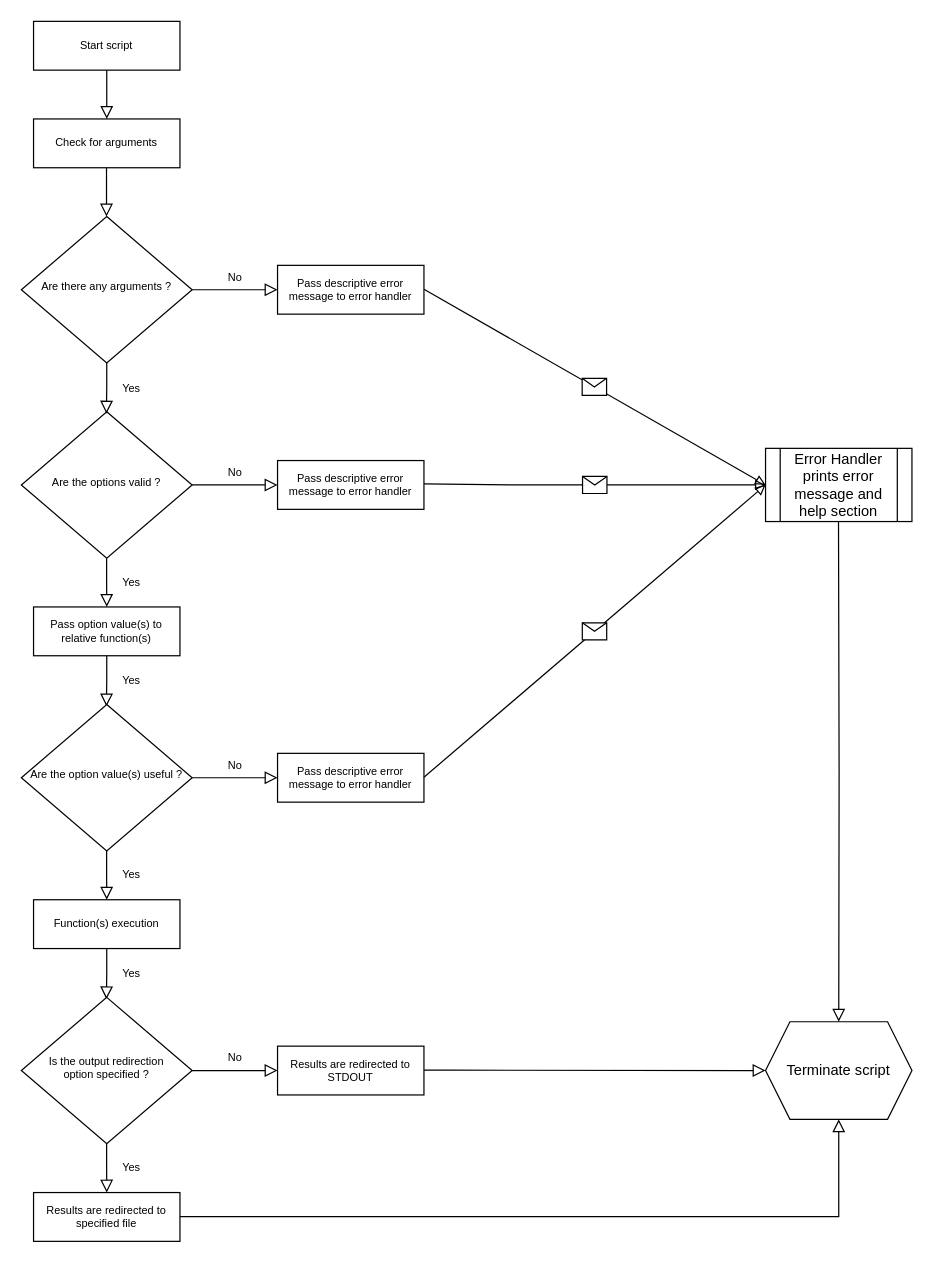
The draw.io diagram Untitled Diagram.drawio in christiangoeschel/getinfo, before the edit. Source tidied: cells renumbered, new cells numbered last; positions are measured from the earlier drawing's top-left corner, leaving out a move shared by most shapes. Both pictures are drawn from the tidied source at 122%, with x=0, y=0 at pixel (21, 21).
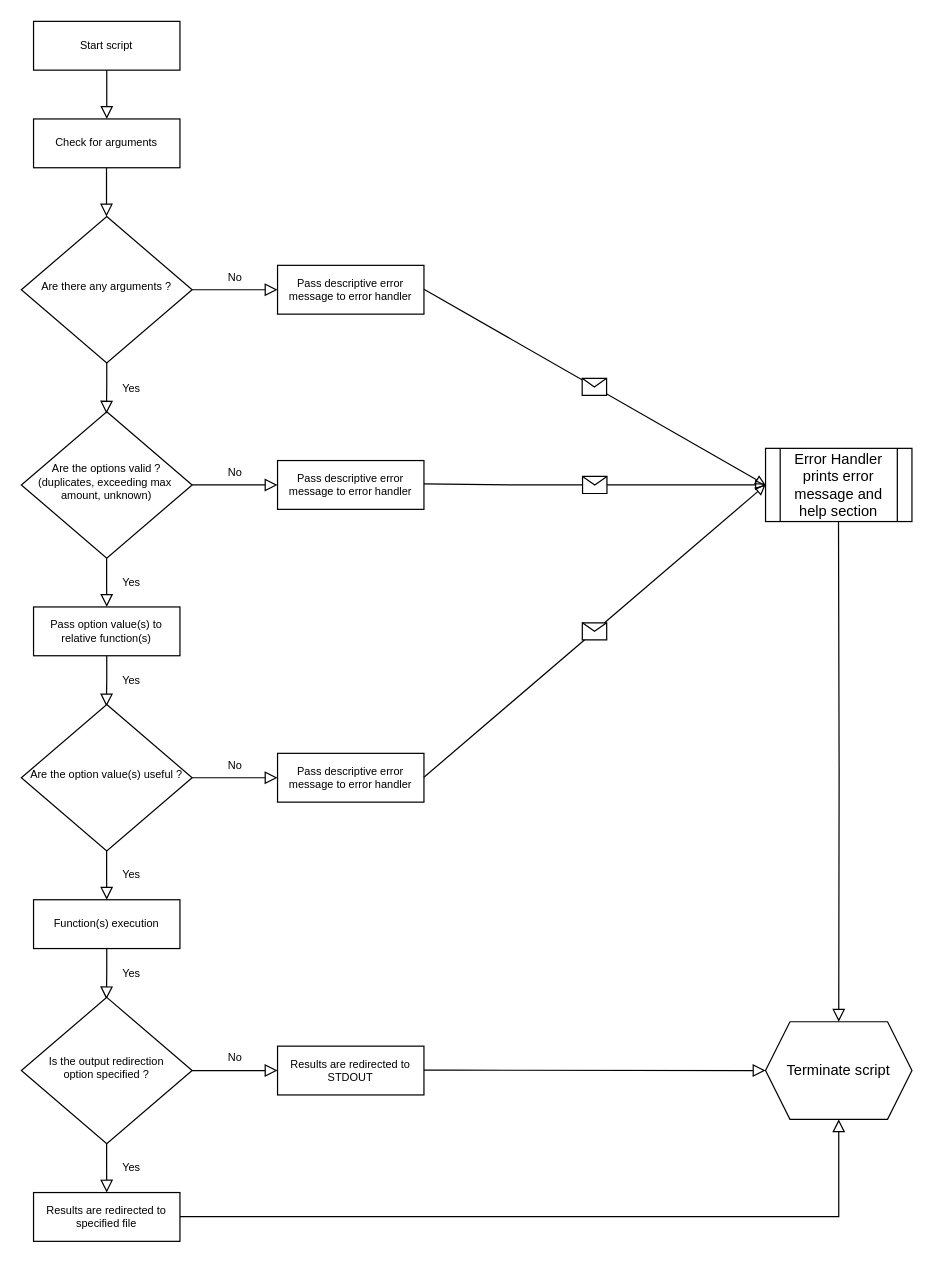
The same diagram, later.

The change refers to these unchanged cells:
```xml
<mxCell id="2" style="group;" parent="1" vertex="1">
  <mxGeometry width="730" height="1000" as="geometry" />
</mxCell>
```

What changed in the source:
```diff
@@
-    <mxCell id="11" value="Are the options valid ?" style="rhombus;whiteSpace=wrap;html=1;shadow=0;fontFamily=Helvetica;fontSize=9;align=center;strokeWidth=1;spacing=6;spacingTop=-4;" parent="2" vertex="1">
+    <mxCell id="11" value="Are the options valid ?&lt;br&gt;(duplicates, exceeding max&amp;nbsp;&lt;br&gt;amount, unknown)" style="rhombus;whiteSpace=wrap;html=1;shadow=0;fontFamily=Helvetica;fontSize=9;align=center;strokeWidth=1;spacing=6;spacingTop=-4;" parent="2" vertex="1">
       <mxGeometry y="320" width="140" height="120" as="geometry" />
     </mxCell>
```
